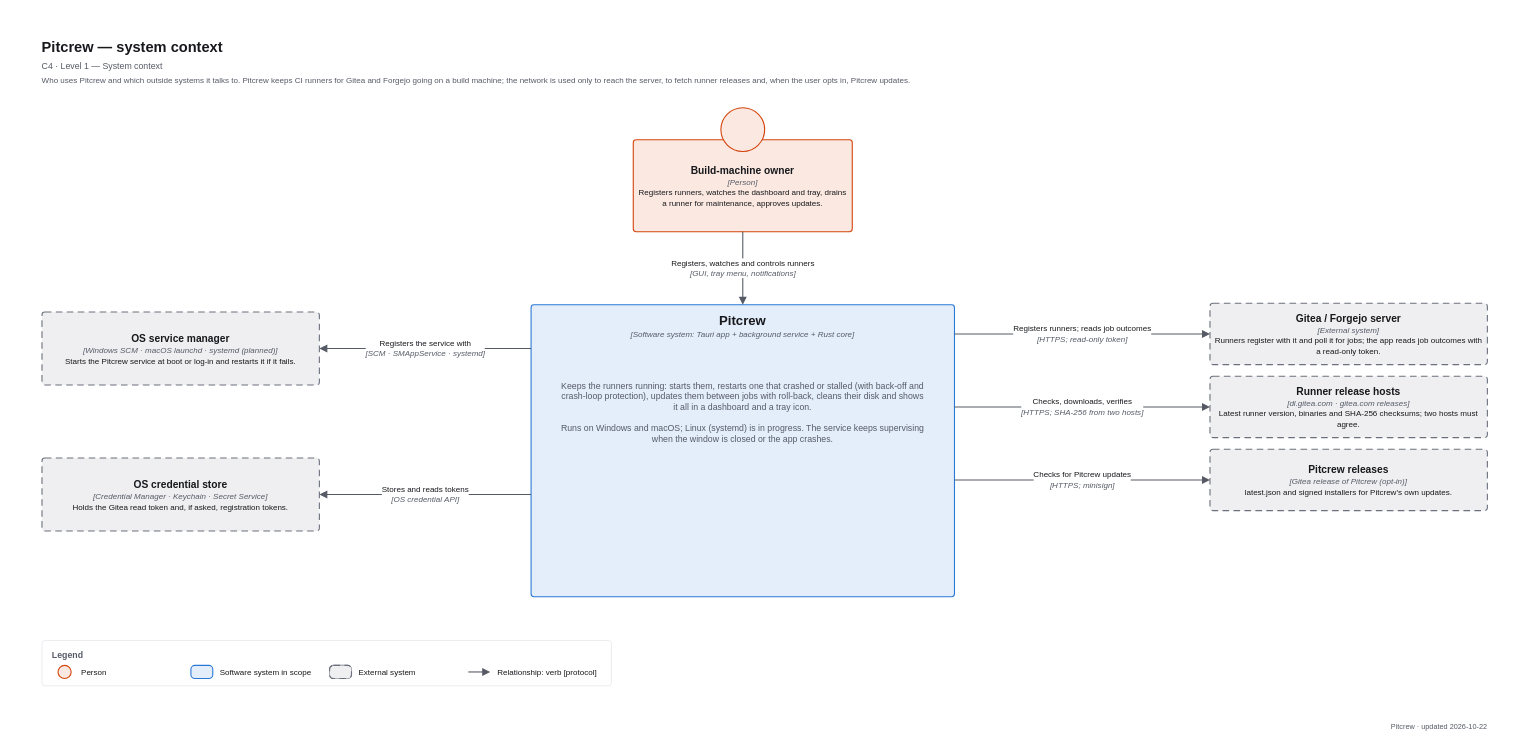
Earlier version of the draw.io diagram apps/pitcrew/docs/diagrams/c4-1-context.drawio (decryp7/paddock). Source tidied: cells renumbered, new cells numbered last; positions are measured from the earlier drawing's top-left corner, leaving out a move shared by most shapes. Both pictures are drawn from the tidied source at 73%, with x=0, y=0 at pixel (12, 12).
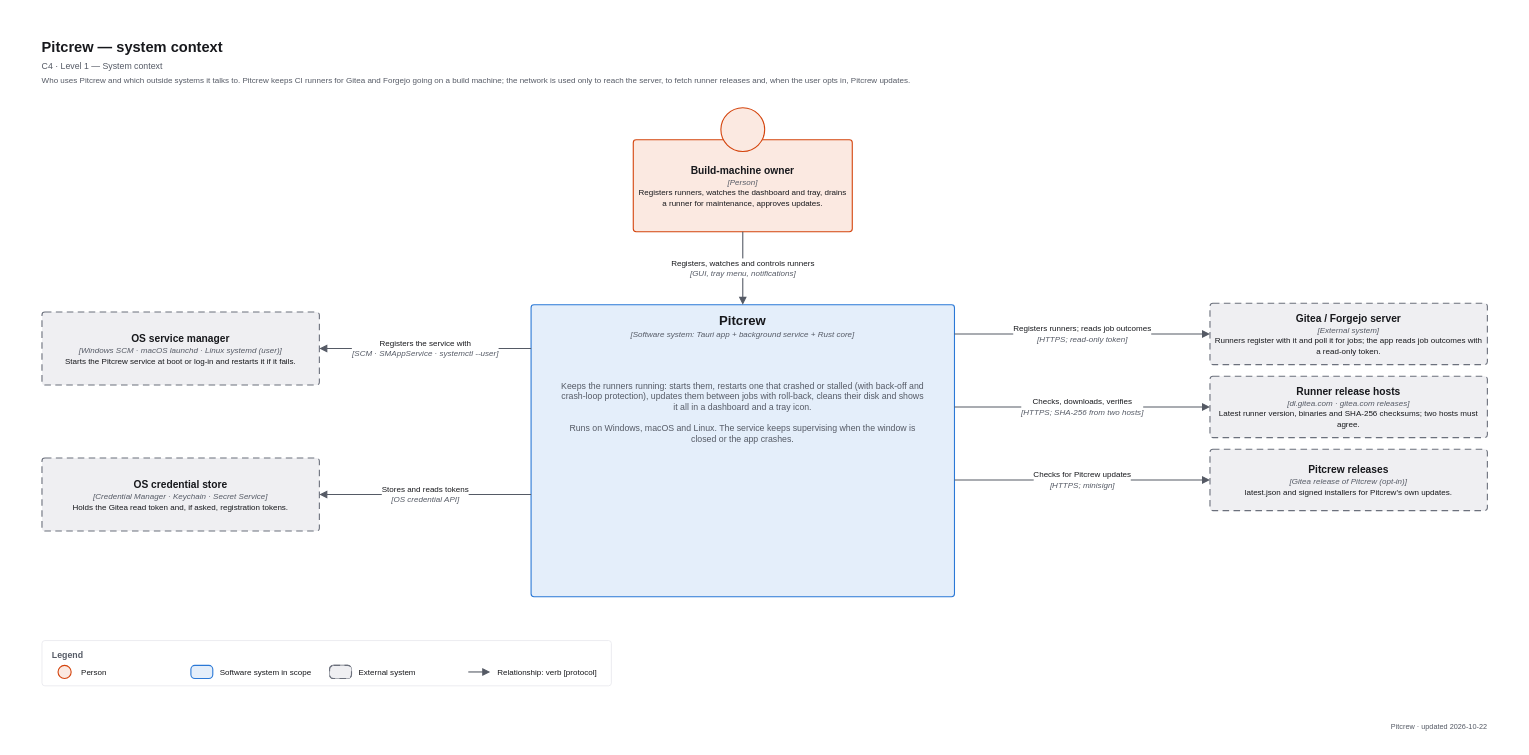
After the change.

The change refers to these unchanged cells:
```xml
<mxCell id="9" value="&lt;div style=&quot;line-height:1.3&quot;&gt;&lt;b style=&quot;font-size:18px&quot;&gt;Pitcrew&lt;/b&gt;&lt;br&gt;&lt;i style=&quot;font-size:11px;color:#555A65&quot;&gt;[Software system: Tauri app + background service + Rust core]&lt;/i&gt;&lt;/div&gt;" style="fontFamily=Arial,Helvetica,sans-serif;html=1;whiteSpace=wrap;fontColor=#17181C;fontSize=11;rounded=1;arcSize=8;absoluteArcSize=1;fillColor=#E4EEFA;strokeColor=#2A78D6;strokeWidth=1.5;align=center;verticalAlign=top;spacing=6;" parent="1" vertex="1">
  <mxGeometry x="710" y="400" width="580" height="400" as="geometry" />
</mxCell>
```

Diff of the diagram source:
```diff
@@
-    <mxCell id="10" value="Keeps the runners running: starts them, restarts one that crashed or stalled (with back-off and crash-loop protection), updates them between jobs with roll-back, cleans their disk and shows it all in a dashboard and a tray icon.&lt;br&gt;&lt;br&gt;Runs on Windows and macOS; Linux (systemd) is in progress. The service keeps supervising when the window is closed or the app crashes." style="fontFamily=Arial,Helvetica,sans-serif;html=1;whiteSpace=wrap;fontColor=#555A65;fontSize=12;text;strokeColor=none;fillColor=none;align=center;verticalAlign=top;spacing=0;" parent="1" vertex="1">
+    <mxCell id="10" value="Keeps the runners running: starts them, restarts one that crashed or stalled (with back-off and crash-loop protection), updates them between jobs with roll-back, cleans their disk and shows it all in a dashboard and a tray icon.&lt;br&gt;&lt;br&gt;Runs on Windows, macOS and Linux. The service keeps supervising when the window is closed or the app crashes." style="fontFamily=Arial,Helvetica,sans-serif;html=1;whiteSpace=wrap;fontColor=#555A65;fontSize=12;text;strokeColor=none;fillColor=none;align=center;verticalAlign=top;spacing=0;" parent="1" vertex="1">
       <mxGeometry x="750" y="500" width="500" height="220" as="geometry" />
     </mxCell>
@@
-    <mxCell id="14" value="&lt;div style=&quot;line-height:1.3&quot;&gt;&lt;b style=&quot;font-size:14px&quot;&gt;OS service manager&lt;/b&gt;&lt;br&gt;&lt;i style=&quot;font-size:11px;color:#555A65&quot;&gt;[Windows SCM · macOS launchd · systemd (planned)]&lt;/i&gt;&lt;br&gt;Starts the Pitcrew service at boot or log-in and restarts it if it fails.&lt;/div&gt;" style="fontFamily=Arial,Helvetica,sans-serif;html=1;whiteSpace=wrap;fontColor=#17181C;fontSize=11;rounded=1;arcSize=8;absoluteArcSize=1;fillColor=#EFEFF2;strokeColor=#6B707C;strokeWidth=1.5;align=center;verticalAlign=middle;spacing=6;dashed=1;dashPattern=6 4;" parent="1" vertex="1">
+    <mxCell id="14" value="&lt;div style=&quot;line-height:1.3&quot;&gt;&lt;b style=&quot;font-size:14px&quot;&gt;OS service manager&lt;/b&gt;&lt;br&gt;&lt;i style=&quot;font-size:11px;color:#555A65&quot;&gt;[Windows SCM · macOS launchd · Linux systemd (user)]&lt;/i&gt;&lt;br&gt;Starts the Pitcrew service at boot or log-in and restarts it if it fails.&lt;/div&gt;" style="fontFamily=Arial,Helvetica,sans-serif;html=1;whiteSpace=wrap;fontColor=#17181C;fontSize=11;rounded=1;arcSize=8;absoluteArcSize=1;fillColor=#EFEFF2;strokeColor=#6B707C;strokeWidth=1.5;align=center;verticalAlign=middle;spacing=6;dashed=1;dashPattern=6 4;" parent="1" vertex="1">
       <mxGeometry x="40" y="410" width="380" height="100" as="geometry" />
     </mxCell>
@@
-    <mxCell id="20" value="Registers the service with&lt;br&gt;&lt;i style=&quot;font-size:11px;color:#555A65&quot;&gt;[SCM · SMAppService · systemd]&lt;/i&gt;" style="fontFamily=Arial,Helvetica,sans-serif;html=1;fontColor=#17181C;fontSize=11;edgeStyle=orthogonalEdgeStyle;rounded=1;jettySize=auto;strokeWidth=1.5;strokeColor=#555A65;endArrow=block;endFill=1;endSize=7;labelBackgroundColor=#FFFFFF;align=center;exitX=0;exitY=0.15;exitDx=0;exitDy=0;entryX=1;entryY=0.5;entryDx=0;entryDy=0;" parent="1" edge="1" source="9" target="14">
+    <mxCell id="20" value="Registers the service with&lt;br&gt;&lt;i style=&quot;font-size:11px;color:#555A65&quot;&gt;[SCM · SMAppService · systemctl --user]&lt;/i&gt;" style="fontFamily=Arial,Helvetica,sans-serif;html=1;fontColor=#17181C;fontSize=11;edgeStyle=orthogonalEdgeStyle;rounded=1;jettySize=auto;strokeWidth=1.5;strokeColor=#555A65;endArrow=block;endFill=1;endSize=7;labelBackgroundColor=#FFFFFF;align=center;exitX=0;exitY=0.15;exitDx=0;exitDy=0;entryX=1;entryY=0.5;entryDx=0;entryDy=0;" parent="1" edge="1" source="9" target="14">
       <mxGeometry relative="1" as="geometry" />
     </mxCell>
```
